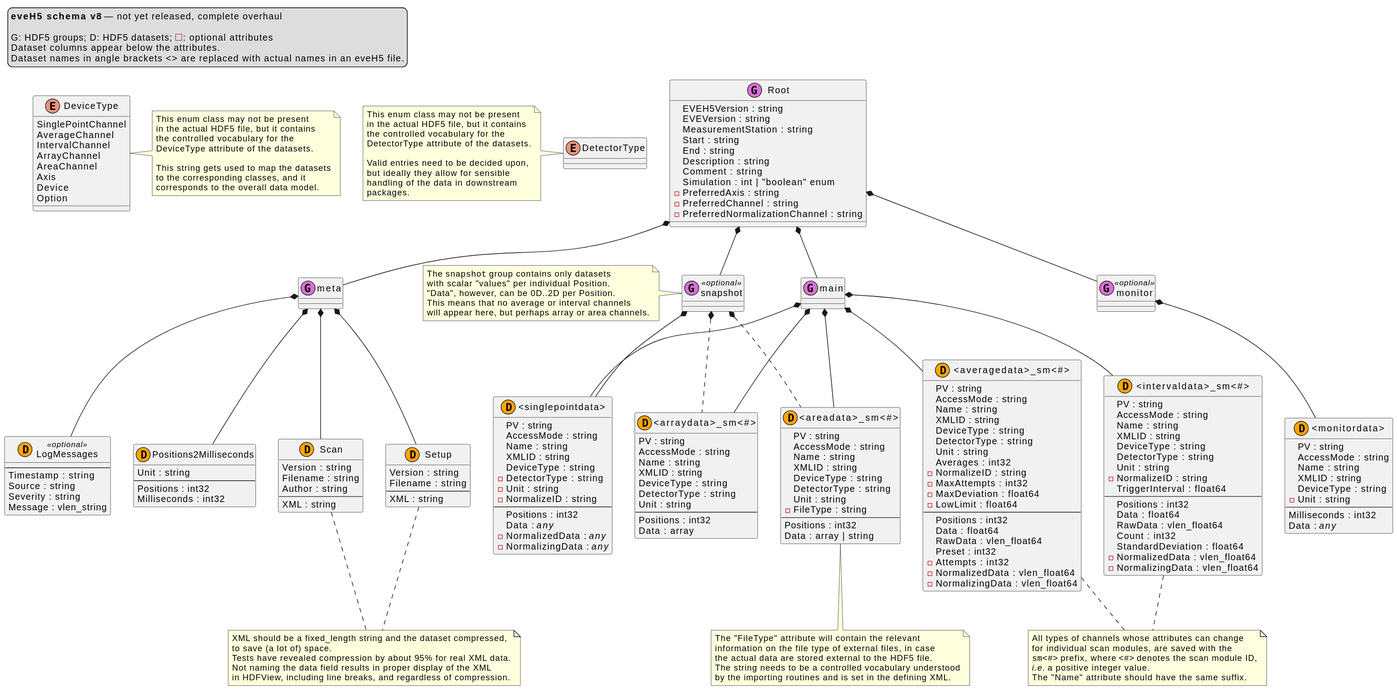
Before: docs/uml/eveh5-v8.svg, a diagram exported from PlantUML (tillbiskup/evedata).
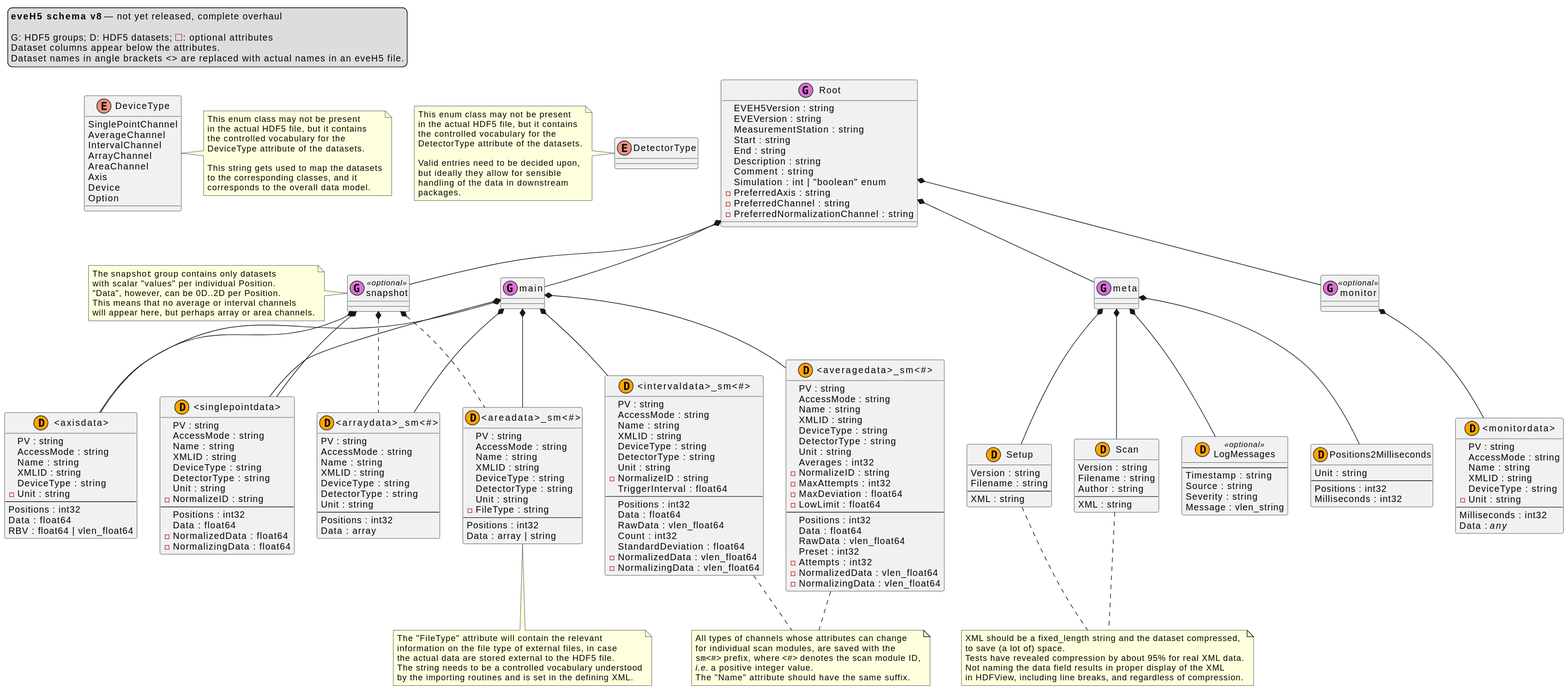
The same diagram one commit later.

Commit message:
Update eveH5 scheme: new axisdata dataset; UML cleanup for evefile.data; some more thoughts on architecture

Diff of the diagram source:
```diff
@@ -80,6 +80,7 @@
     will appear here, but perhaps array or area channels.
 endnote
 
+snapshot *-- "<axisdata>"
 snapshot *-- "<singlepointdata>"
 snapshot *.. "<arraydata>_sm<#>"
 snapshot *.. "<areadata>_sm<#>"
@@ -91,22 +92,36 @@
 meta *-- Setup
 meta *-- LogMessages
 
+class "<axisdata>" << (D,orange) >> {
+    PV : string
+    AccessMode : string
+    Name : string
+    XMLID : string
+    DeviceType : string
+    - Unit : string
+    --
+    Positions : int32
+    Data : float64
+    RBV : float64 | vlen_float64
+}
+
 class "<singlepointdata>" << (D,orange) >> {
     PV : string
     AccessMode : string
     Name : string
     XMLID : string
     DeviceType : string
-    - DetectorType : string
-    - Unit : string
+    DetectorType : string
+    Unit : string
     - NormalizeID : string
     --
     Positions : int32
-    Data : <i>any</i>
-    - NormalizedData : <i>any</i>
-    - NormalizingData : <i>any</i>
+    Data : float64
+    - NormalizedData : float64
+    - NormalizingData : float64
 }
 
+main *-- "<axisdata>"
 main *-- "<singlepointdata>"
 main *-- "<averagedata>_sm<#>"
 main *-- "<intervaldata>_sm<#>"
```
